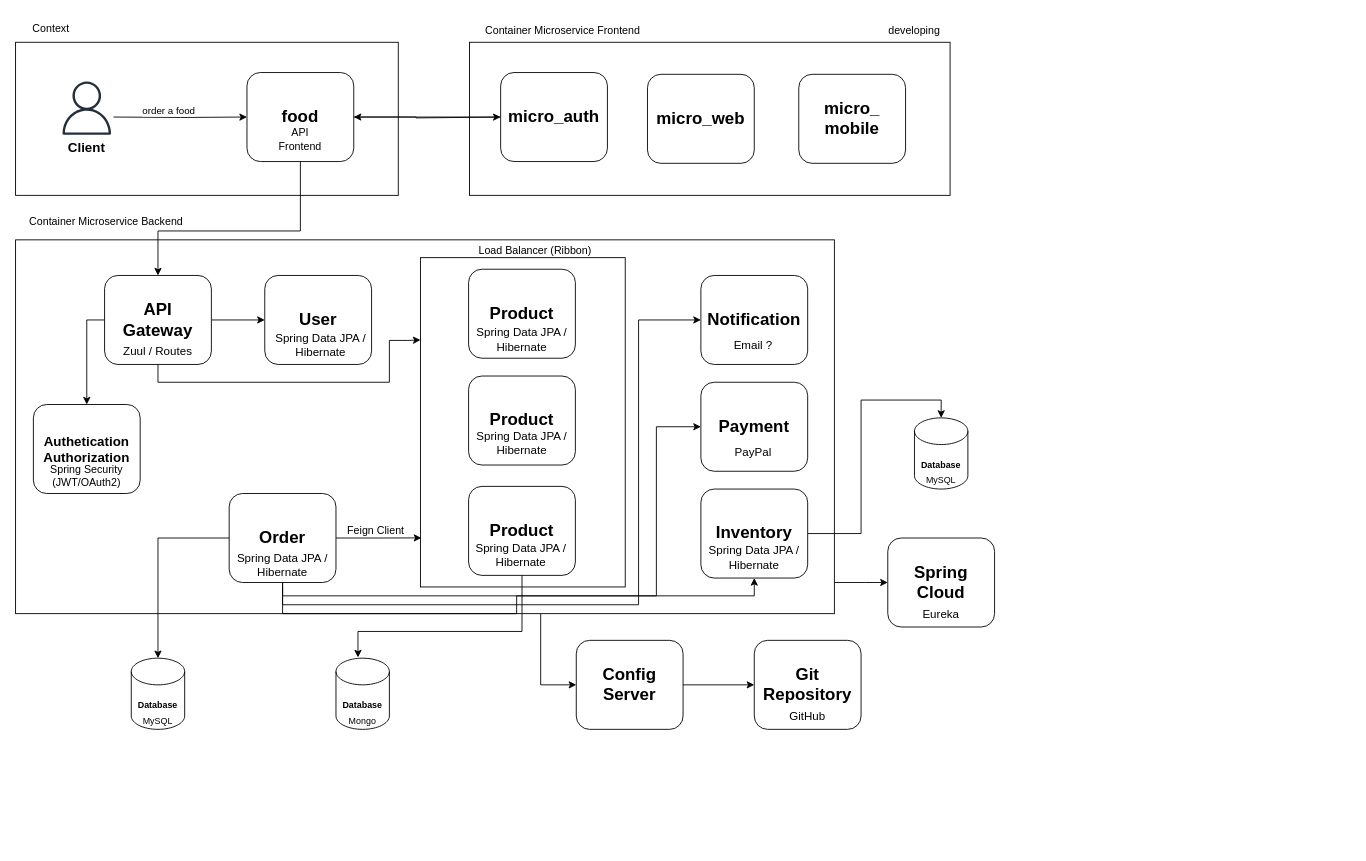
Before: documentation/architectural design - technologies.drawio in rayanabonfanti/payhub, a draw.io diagram. Source tidied: cells renumbered, new cells numbered last; positions are measured from the earlier drawing's top-left corner, leaving out a move shared by most shapes. Both pictures are drawn from the tidied source at 89%, with x=0, y=0 at pixel (15, 15).
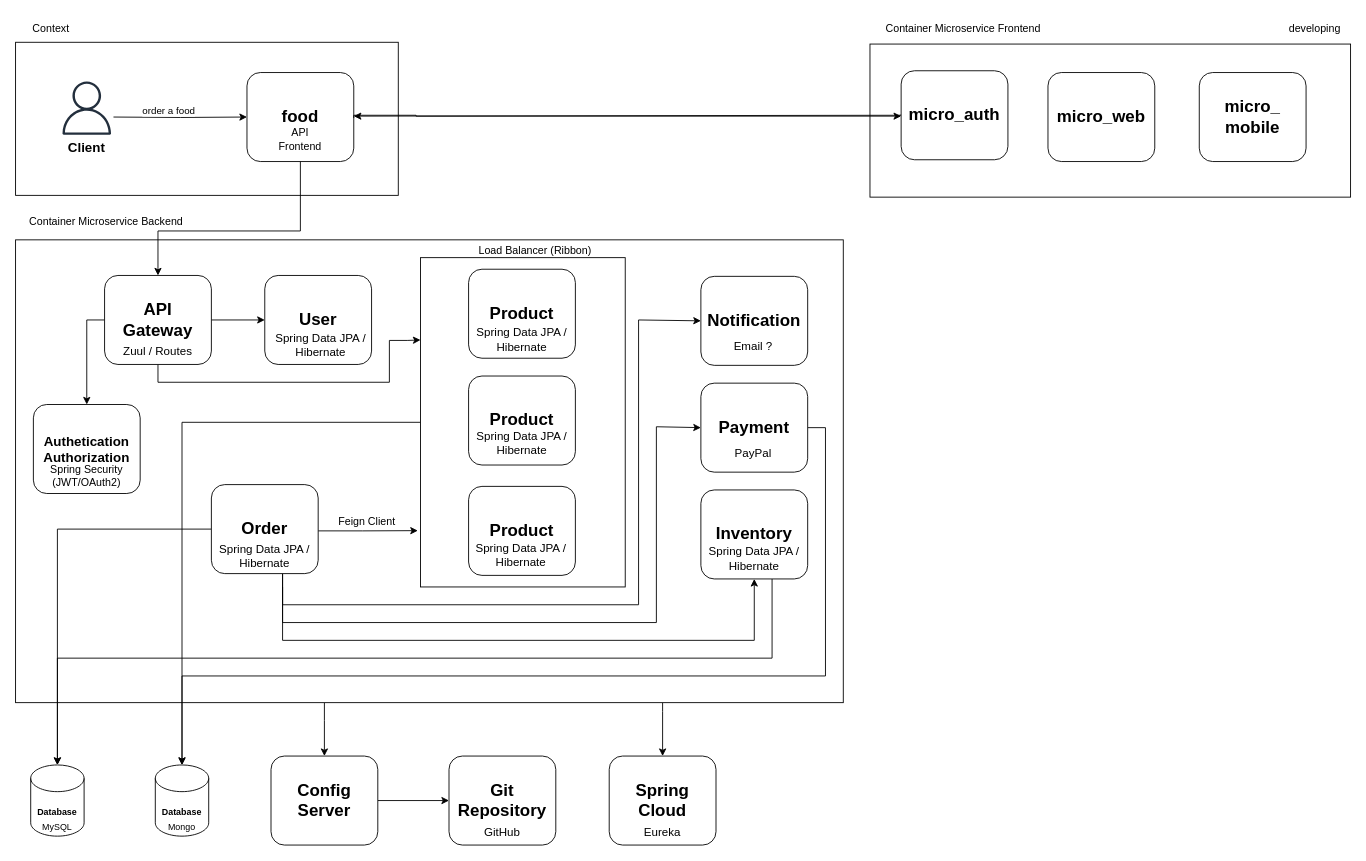
The same diagram, later.

The change refers to these unchanged cells:
```xml
<mxCell id="7" value="&lt;font size=&quot;1&quot; style=&quot;&quot;&gt;&lt;b style=&quot;font-size: 19px;&quot;&gt;food&lt;/b&gt;&lt;/font&gt;" style="rounded=1;whiteSpace=wrap;html=1;" parent="1" vertex="1">
  <mxGeometry x="260" y="64" width="120" height="100" as="geometry" />
</mxCell>
<mxCell id="30" style="rounded=0;whiteSpace=wrap;html=1;" parent="1" vertex="1">
  <mxGeometry x="455" y="272" width="230" height="370" as="geometry" />
</mxCell>
<mxCell id="33" value="&lt;span style=&quot;font-size: 19px;&quot;&gt;&lt;b&gt;Product&lt;/b&gt;&lt;/span&gt;" style="rounded=1;whiteSpace=wrap;html=1;" parent="1" vertex="1">
  <mxGeometry x="509" y="529" width="120" height="100" as="geometry" />
</mxCell>
```

Diff of the diagram source:
```diff
@@
     <mxCell id="10" style="rounded=0;whiteSpace=wrap;html=1;" parent="1" vertex="1">
-      <mxGeometry x="510" y="30" width="540" height="172" as="geometry" />
+      <mxGeometry x="960" y="32" width="540" height="172" as="geometry" />
     </mxCell>
-    <mxCell id="11" style="edgeStyle=orthogonalEdgeStyle;rounded=0;jettySize=auto;html=1;entryX=1;entryY=0.5;entryDx=0;entryDy=0;" parent="1" edge="1" source="12" target="7">
-      <mxGeometry relative="1" as="geometry" />
+    <mxCell id="11" style="edgeStyle=orthogonalEdgeStyle;rounded=0;orthogonalLoop=1;jettySize=auto;html=1;entryX=1;entryY=0.5;entryDx=0;entryDy=0;" parent="1" edge="1">
+      <mxGeometry relative="1" as="geometry">
+        <mxPoint x="995" y="111" as="sourcePoint" />
+        <mxPoint x="380" y="113" as="targetPoint" />
+        <Array as="points">
+          <mxPoint x="995" y="112" />
+          <mxPoint x="380" y="112" />
+        </Array>
+      </mxGeometry>
     </mxCell>
     <mxCell id="12" value="&lt;font size=&quot;1&quot; style=&quot;&quot;&gt;&lt;b style=&quot;font-size: 19px;&quot;&gt;micro_auth&lt;br&gt;&lt;/b&gt;&lt;/font&gt;" style="rounded=1;whiteSpace=wrap;html=1;" parent="1" vertex="1">
-      <mxGeometry x="545" y="64" width="120" height="100" as="geometry" />
+      <mxGeometry x="995" y="62" width="120" height="100" as="geometry" />
     </mxCell>
     <mxCell id="13" value="&lt;font size=&quot;1&quot; style=&quot;&quot;&gt;&lt;b style=&quot;font-size: 19px;&quot;&gt;micro_web&lt;br&gt;&lt;/b&gt;&lt;/font&gt;" style="rounded=1;whiteSpace=wrap;html=1;" parent="1" vertex="1">
-      <mxGeometry x="710" y="66" width="120" height="100" as="geometry" />
+      <mxGeometry x="1160" y="64" width="120" height="100" as="geometry" />
     </mxCell>
     <mxCell id="14" value="&lt;font size=&quot;1&quot; style=&quot;&quot;&gt;&lt;b style=&quot;font-size: 19px;&quot;&gt;micro_&lt;br&gt;mobile&lt;br&gt;&lt;/b&gt;&lt;/font&gt;" style="rounded=1;whiteSpace=wrap;html=1;" parent="1" vertex="1">
-      <mxGeometry x="880" y="66" width="120" height="100" as="geometry" />
+      <mxGeometry x="1330" y="64" width="120" height="100" as="geometry" />
     </mxCell>
     <mxCell id="15" value="developing" style="text;html=1;strokeColor=none;fillColor=none;align=center;verticalAlign=middle;whiteSpace=wrap;rounded=0;" parent="1" vertex="1">
-      <mxGeometry x="980" y="2" width="60" height="30" as="geometry" />
+      <mxGeometry x="1430" width="60" height="30" as="geometry" />
     </mxCell>
     <mxCell id="16" value="Container Microservice Frontend" style="text;html=1;strokeColor=none;fillColor=none;align=center;verticalAlign=middle;whiteSpace=wrap;rounded=0;" parent="1" vertex="1">
-      <mxGeometry x="510" y="2" width="210" height="30" as="geometry" />
+      <mxGeometry x="960" width="210" height="30" as="geometry" />
     </mxCell>
-    <mxCell id="17" style="edgeStyle=orthogonalEdgeStyle;rounded=0;jettySize=auto;html=1;" parent="1" edge="1" source="7">
+    <mxCell id="17" style="edgeStyle=orthogonalEdgeStyle;rounded=0;orthogonalLoop=1;jettySize=auto;html=1;entryX=0;entryY=0.5;entryDx=0;entryDy=0;" parent="1" edge="1">
       <mxGeometry relative="1" as="geometry">
-        <mxPoint x="545" y="114" as="targetPoint" />
+        <mxPoint x="380" y="115" as="sourcePoint" />
+        <mxPoint x="995" y="113" as="targetPoint" />
         <Array as="points">
-          <mxPoint x="450" y="114" />
-          <mxPoint x="545" y="115" />
+          <mxPoint x="380" y="112" />
+          <mxPoint x="450" y="112" />
         </Array>
       </mxGeometry>
     </mxCell>
+    <mxCell id="19" style="edgeStyle=orthogonalEdgeStyle;rounded=0;jettySize=auto;html=1;" parent="1" edge="1" source="20" target="51">
+      <mxGeometry relative="1" as="geometry">
+        <Array as="points">
+          <mxPoint x="727" y="782" />
+          <mxPoint x="727" y="782" />
+        </Array>
+      </mxGeometry>
+    </mxCell>
-    <mxCell id="18" style="edgeStyle=orthogonalEdgeStyle;rounded=0;jettySize=auto;html=1;entryX=0;entryY=0.5;entryDx=0;entryDy=0;" parent="1" edge="1" source="20" target="49">
+    <mxCell id="18" style="edgeStyle=orthogonalEdgeStyle;rounded=0;jettySize=auto;html=1;entryX=0.5;entryY=0;entryDx=0;entryDy=0;" parent="1" edge="1" source="20" target="49">
       <mxGeometry relative="1" as="geometry">
         <Array as="points">
-          <mxPoint x="590" y="752" />
+          <mxPoint x="347" y="792" />
+          <mxPoint x="347" y="792" />
         </Array>
       </mxGeometry>
     </mxCell>
-    <mxCell id="19" style="edgeStyle=orthogonalEdgeStyle;rounded=0;jettySize=auto;html=1;entryX=0;entryY=0.5;entryDx=0;entryDy=0;" parent="1" edge="1" source="20" target="51">
-      <mxGeometry relative="1" as="geometry">
-        <Array as="points">
-          <mxPoint x="955" y="637" />
-          <mxPoint x="955" y="637" />
-        </Array>
-      </mxGeometry>
-    </mxCell>
     <mxCell id="20" style="rounded=0;whiteSpace=wrap;html=1;" parent="1" vertex="1">
-      <mxGeometry y="252" width="920" height="420" as="geometry" />
+      <mxGeometry y="252" width="930" height="520" as="geometry" />
     </mxCell>
@@
+    <mxCell id="69" style="edgeStyle=orthogonalEdgeStyle;rounded=0;jettySize=auto;html=1;entryX=0.5;entryY=0;entryDx=0;entryDy=0;entryPerimeter=0;" parent="1" edge="1" source="30" target="45">
+      <mxGeometry relative="1" as="geometry" />
+    </mxCell>
@@
-    <mxCell id="34" style="edgeStyle=orthogonalEdgeStyle;rounded=0;jettySize=auto;html=1;" parent="1" edge="1" source="38" target="44">
-      <mxGeometry relative="1" as="geometry" />
-    </mxCell>
@@
     <mxCell id="36" style="edgeStyle=orthogonalEdgeStyle;rounded=0;jettySize=auto;html=1;entryX=0;entryY=0.5;entryDx=0;entryDy=0;" parent="1" edge="1" source="38" target="56">
       <mxGeometry relative="1" as="geometry">
         <Array as="points">
-          <mxPoint x="300" y="652" />
-          <mxPoint x="720" y="652" />
+          <mxPoint x="300" y="682" />
+          <mxPoint x="720" y="682" />
           <mxPoint x="720" y="462" />
         </Array>
       </mxGeometry>
     </mxCell>
-    <mxCell id="37" style="edgeStyle=orthogonalEdgeStyle;rounded=0;jettySize=auto;html=1;entryX=0.004;entryY=0.851;entryDx=0;entryDy=0;entryPerimeter=0;" parent="1" edge="1" source="38" target="30">
-      <mxGeometry relative="1" as="geometry" />
+    <mxCell id="37" style="edgeStyle=orthogonalEdgeStyle;rounded=0;jettySize=auto;html=1;entryX=-0.013;entryY=0.829;entryDx=0;entryDy=0;entryPerimeter=0;" parent="1" edge="1" source="38" target="30">
+      <mxGeometry relative="1" as="geometry">
+        <Array as="points">
+          <mxPoint x="390" y="579" />
+          <mxPoint x="390" y="579" />
+        </Array>
+      </mxGeometry>
     </mxCell>
+    <mxCell id="34" style="edgeStyle=orthogonalEdgeStyle;rounded=0;jettySize=auto;html=1;entryX=0.5;entryY=0;entryDx=0;entryDy=0;entryPerimeter=0;" parent="1" edge="1" source="38" target="44">
+      <mxGeometry relative="1" as="geometry" />
+    </mxCell>
     <mxCell id="38" value="&lt;span style=&quot;font-size: 19px;&quot;&gt;&lt;b&gt;Order&lt;/b&gt;&lt;/span&gt;" style="rounded=1;whiteSpace=wrap;html=1;" parent="1" vertex="1">
-      <mxGeometry x="240" y="537" width="120" height="100" as="geometry" />
+      <mxGeometry x="220" y="527" width="120" height="100" as="geometry" />
     </mxCell>
@@
-    <mxCell id="42" style="edgeStyle=orthogonalEdgeStyle;rounded=0;jettySize=auto;html=1;entryX=0.412;entryY=-0.01;entryDx=0;entryDy=0;entryPerimeter=0;exitX=0.5;exitY=1;exitDx=0;exitDy=0;" parent="1" edge="1" source="33" target="45">
-      <mxGeometry relative="1" as="geometry">
-        <Array as="points">
-          <mxPoint x="569" y="692" />
-          <mxPoint x="385" y="692" />
-        </Array>
-      </mxGeometry>
-    </mxCell>
@@
     <mxCell id="44" value="&lt;b&gt;&lt;font style=&quot;font-size: 10px;&quot;&gt;Database&lt;/font&gt;&lt;/b&gt;" style="shape=cylinder3;whiteSpace=wrap;html=1;boundedLbl=1;backgroundOutline=1;size=15;" parent="1" vertex="1">
-      <mxGeometry x="130" y="722" width="60" height="80" as="geometry" />
+      <mxGeometry x="17" y="842" width="60" height="80" as="geometry" />
     </mxCell>
     <mxCell id="45" value="&lt;b&gt;&lt;font style=&quot;font-size: 10px;&quot;&gt;Database&lt;/font&gt;&lt;/b&gt;" style="shape=cylinder3;whiteSpace=wrap;html=1;boundedLbl=1;backgroundOutline=1;size=15;" parent="1" vertex="1">
-      <mxGeometry x="360" y="722" width="60" height="80" as="geometry" />
+      <mxGeometry x="157" y="842" width="60" height="80" as="geometry" />
     </mxCell>
     <mxCell id="46" value="&lt;font style=&quot;font-size: 10px;&quot;&gt;MySQL&lt;/font&gt;" style="text;html=1;strokeColor=none;fillColor=none;align=center;verticalAlign=middle;whiteSpace=wrap;rounded=0;" parent="1" vertex="1">
-      <mxGeometry x="140" y="782" width="40" height="20" as="geometry" />
+      <mxGeometry x="27" y="902" width="40" height="20" as="geometry" />
     </mxCell>
     <mxCell id="47" value="&lt;font style=&quot;font-size: 10px;&quot;&gt;Mongo&lt;/font&gt;" style="text;html=1;strokeColor=none;fillColor=none;align=center;verticalAlign=middle;whiteSpace=wrap;rounded=0;" parent="1" vertex="1">
-      <mxGeometry x="370" y="782" width="40" height="20" as="geometry" />
+      <mxGeometry x="167" y="902" width="40" height="20" as="geometry" />
     </mxCell>
@@
     <mxCell id="49" value="&lt;span style=&quot;font-size: 19px;&quot;&gt;&lt;b&gt;Config Server&lt;/b&gt;&lt;/span&gt;" style="rounded=1;whiteSpace=wrap;html=1;" parent="1" vertex="1">
-      <mxGeometry x="630" y="702" width="120" height="100" as="geometry" />
+      <mxGeometry x="287" y="832" width="120" height="100" as="geometry" />
     </mxCell>
     <mxCell id="50" value="&lt;span style=&quot;font-size: 19px;&quot;&gt;&lt;b&gt;Git Repository&lt;/b&gt;&lt;/span&gt;" style="rounded=1;whiteSpace=wrap;html=1;" parent="1" vertex="1">
-      <mxGeometry x="830" y="702" width="120" height="100" as="geometry" />
+      <mxGeometry x="487" y="832" width="120" height="100" as="geometry" />
     </mxCell>
     <mxCell id="51" value="&lt;span style=&quot;font-size: 19px;&quot;&gt;&lt;b&gt;Spring&lt;br&gt;Cloud&lt;/b&gt;&lt;/span&gt;" style="rounded=1;whiteSpace=wrap;html=1;" parent="1" vertex="1">
-      <mxGeometry x="980" y="587" width="120" height="100" as="geometry" />
+      <mxGeometry x="667" y="832" width="120" height="100" as="geometry" />
     </mxCell>
     <mxCell id="52" value="&lt;font style=&quot;font-size: 13px;&quot;&gt;Eureka&lt;/font&gt;" style="text;html=1;strokeColor=none;fillColor=none;align=center;verticalAlign=middle;whiteSpace=wrap;rounded=0;" parent="1" vertex="1">
-      <mxGeometry x="985" y="657" width="110" height="30" as="geometry" />
+      <mxGeometry x="672" y="902" width="110" height="30" as="geometry" />
     </mxCell>
     <mxCell id="53" style="edgeStyle=orthogonalEdgeStyle;rounded=0;jettySize=auto;html=1;entryX=0.5;entryY=1;entryDx=0;entryDy=0;" parent="1" edge="1" target="58">
       <mxGeometry relative="1" as="geometry">
         <mxPoint x="300" y="642" as="sourcePoint" />
         <Array as="points">
-          <mxPoint x="300" y="672" />
-          <mxPoint x="563" y="672" />
-          <mxPoint x="563" y="652" />
-          <mxPoint x="830" y="652" />
+          <mxPoint x="300" y="702" />
+          <mxPoint x="830" y="702" />
         </Array>
       </mxGeometry>
     </mxCell>
     <mxCell id="54" value="&lt;font style=&quot;font-size: 13px;&quot;&gt;Spring Data JPA / Hibernate&lt;/font&gt;" style="text;html=1;strokeColor=none;fillColor=none;align=center;verticalAlign=middle;whiteSpace=wrap;rounded=0;" parent="1" vertex="1">
-      <mxGeometry x="245" y="602" width="110" height="30" as="geometry" />
+      <mxGeometry x="225" y="592" width="110" height="30" as="geometry" />
     </mxCell>
     <mxCell id="55" value="&lt;span style=&quot;font-size: 19px;&quot;&gt;&lt;b&gt;Notification&lt;/b&gt;&lt;/span&gt;" style="rounded=1;whiteSpace=wrap;html=1;" parent="1" vertex="1">
-      <mxGeometry x="770" y="292" width="120" height="100" as="geometry" />
+      <mxGeometry x="770" y="293" width="120" height="100" as="geometry" />
     </mxCell>
+    <mxCell id="70" style="edgeStyle=orthogonalEdgeStyle;rounded=0;jettySize=auto;html=1;entryX=0.5;entryY=0;entryDx=0;entryDy=0;entryPerimeter=0;" parent="1" edge="1" source="56" target="45">
+      <mxGeometry relative="1" as="geometry">
+        <Array as="points">
+          <mxPoint x="910" y="463" />
+          <mxPoint x="910" y="742" />
+          <mxPoint x="187" y="742" />
+        </Array>
+      </mxGeometry>
+    </mxCell>
     <mxCell id="56" value="&lt;span style=&quot;font-size: 19px;&quot;&gt;&lt;b&gt;Payment&lt;/b&gt;&lt;/span&gt;" style="rounded=1;whiteSpace=wrap;html=1;" parent="1" vertex="1">
-      <mxGeometry x="770" y="412" width="120" height="100" as="geometry" />
+      <mxGeometry x="770" y="413" width="120" height="100" as="geometry" />
     </mxCell>
-    <mxCell id="57" style="edgeStyle=orthogonalEdgeStyle;rounded=0;jettySize=auto;html=1;entryX=0.5;entryY=0;entryDx=0;entryDy=0;entryPerimeter=0;" parent="1" edge="1" source="58" target="66">
-      <mxGeometry relative="1" as="geometry" />
-    </mxCell>
+    <mxCell id="71" style="edgeStyle=orthogonalEdgeStyle;rounded=0;jettySize=auto;html=1;entryX=0.5;entryY=0;entryDx=0;entryDy=0;entryPerimeter=0;" parent="1" edge="1" source="58" target="44">
+      <mxGeometry relative="1" as="geometry">
+        <Array as="points">
+          <mxPoint x="850" y="722" />
+          <mxPoint x="47" y="722" />
+        </Array>
+      </mxGeometry>
+    </mxCell>
     <mxCell id="58" value="&lt;span style=&quot;font-size: 19px;&quot;&gt;&lt;b&gt;Inventory&lt;/b&gt;&lt;/span&gt;" style="rounded=1;whiteSpace=wrap;html=1;" parent="1" vertex="1">
-      <mxGeometry x="770" y="532" width="120" height="100" as="geometry" />
+      <mxGeometry x="770" y="533" width="120" height="100" as="geometry" />
     </mxCell>
@@
     <mxCell id="61" value="&lt;font style=&quot;font-size: 13px;&quot;&gt;GitHub&lt;/font&gt;" style="text;html=1;strokeColor=none;fillColor=none;align=center;verticalAlign=middle;whiteSpace=wrap;rounded=0;" parent="1" vertex="1">
-      <mxGeometry x="835" y="772" width="110" height="30" as="geometry" />
+      <mxGeometry x="492" y="902" width="110" height="30" as="geometry" />
     </mxCell>
     <mxCell id="62" value="&lt;font style=&quot;font-size: 13px;&quot;&gt;Email ?&lt;/font&gt;" style="text;html=1;strokeColor=none;fillColor=none;align=center;verticalAlign=middle;whiteSpace=wrap;rounded=0;" parent="1" vertex="1">
-      <mxGeometry x="774" y="355" width="110" height="30" as="geometry" />
+      <mxGeometry x="774" y="356" width="110" height="30" as="geometry" />
     </mxCell>
@@
     <mxCell id="64" value="&lt;font style=&quot;font-size: 13px;&quot;&gt;PayPal&lt;/font&gt;" style="text;html=1;strokeColor=none;fillColor=none;align=center;verticalAlign=middle;whiteSpace=wrap;rounded=0;" parent="1" vertex="1">
-      <mxGeometry x="774" y="475" width="110" height="30" as="geometry" />
+      <mxGeometry x="774" y="476" width="110" height="30" as="geometry" />
     </mxCell>
     <mxCell id="65" value="&lt;font style=&quot;font-size: 13px;&quot;&gt;Spring Data JPA / Hibernate&lt;/font&gt;" style="text;html=1;strokeColor=none;fillColor=none;align=center;verticalAlign=middle;whiteSpace=wrap;rounded=0;" parent="1" vertex="1">
-      <mxGeometry x="775" y="594" width="110" height="30" as="geometry" />
+      <mxGeometry x="775" y="595" width="110" height="30" as="geometry" />
     </mxCell>
-    <mxCell id="66" value="&lt;b&gt;&lt;font style=&quot;font-size: 10px;&quot;&gt;Database&lt;/font&gt;&lt;/b&gt;" style="shape=cylinder3;whiteSpace=wrap;html=1;boundedLbl=1;backgroundOutline=1;size=15;" parent="1" vertex="1">
-      <mxGeometry x="1010" y="452" width="60" height="80" as="geometry" />
-    </mxCell>
-    <mxCell id="67" value="&lt;font style=&quot;font-size: 10px;&quot;&gt;MySQL&lt;/font&gt;" style="text;html=1;strokeColor=none;fillColor=none;align=center;verticalAlign=middle;whiteSpace=wrap;rounded=0;" parent="1" vertex="1">
-      <mxGeometry x="1020" y="512" width="40" height="20" as="geometry" />
-    </mxCell>
     <mxCell id="68" value="Feign Client" style="text;html=1;strokeColor=none;fillColor=none;align=center;verticalAlign=middle;whiteSpace=wrap;rounded=0;" parent="1" vertex="1">
-      <mxGeometry x="360" y="562.5" width="90" height="33" as="geometry" />
+      <mxGeometry x="350" y="552" width="90" height="33" as="geometry" />
     </mxCell>
```
